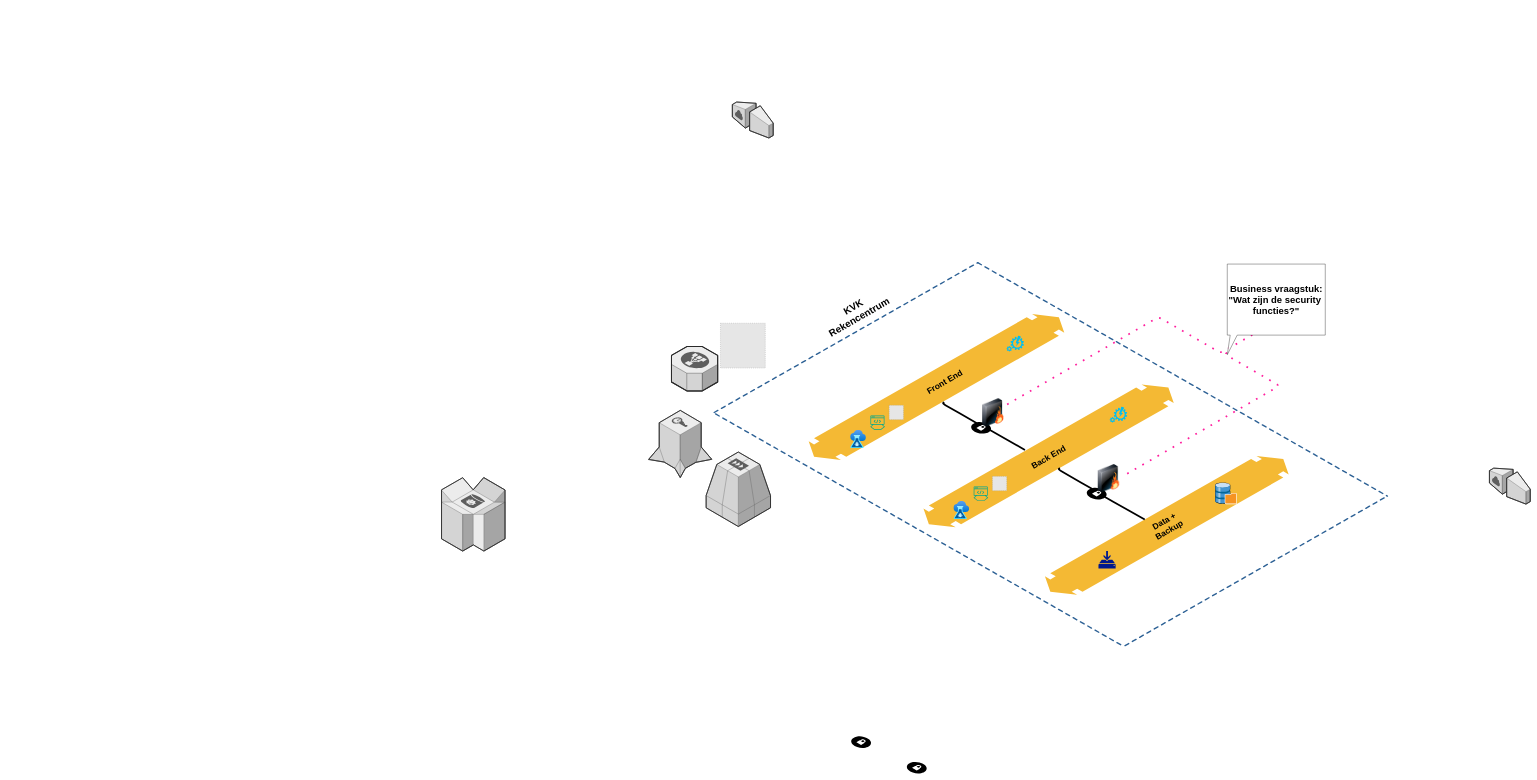
Above: Zonering.drawio in mhwwas/Terraform (draw.io), before the change. Source tidied: cells renumbered, new cells numbered last; positions are measured from the earlier drawing's top-left corner, leaving out a move shared by most shapes. Both pictures are drawn from the tidied source at 35%, with x=0, y=0 at pixel (441, 102). Pictures stored in the file or linked from it are replaced by grey dashed boxes.
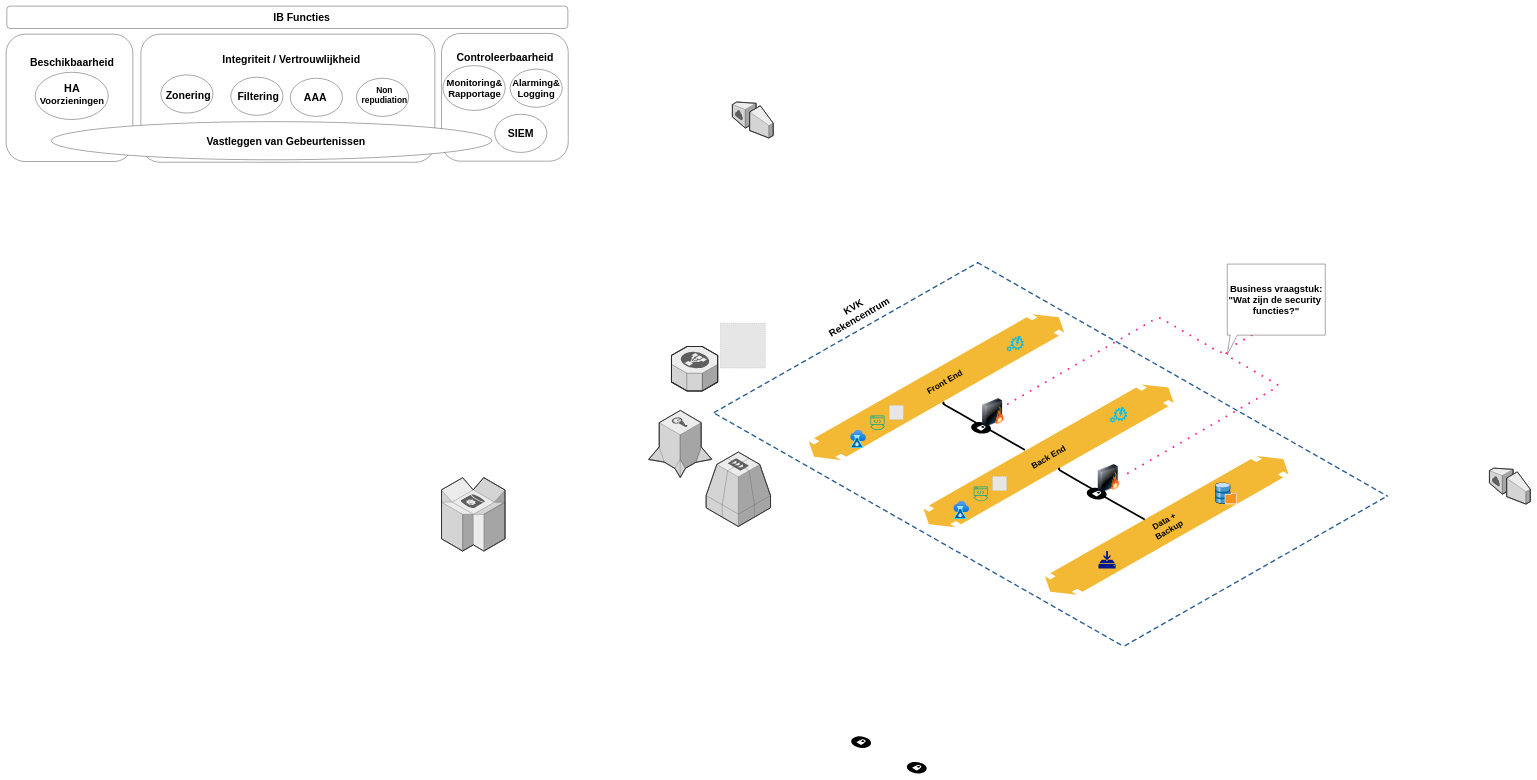
After the change.

Change to the diagram source:
```diff
@@
+    <mxCell id="43" style="rounded=1;whiteSpace=wrap;html=1;" parent="1" vertex="1">
+      <mxGeometry x="-1242" y="-274" width="1603" height="64" as="geometry" />
+    </mxCell>
+    <mxCell id="44" style="rounded=1;whiteSpace=wrap;html=1;" parent="1" vertex="1">
+      <mxGeometry x="-1244" y="-194" width="362" height="364" as="geometry" />
+    </mxCell>
+    <mxCell id="45" style="rounded=1;whiteSpace=wrap;html=1;" parent="1" vertex="1">
+      <mxGeometry x="-859" y="-194" width="840" height="366" as="geometry" />
+    </mxCell>
+    <mxCell id="46" style="rounded=1;whiteSpace=wrap;html=1;" parent="1" vertex="1">
+      <mxGeometry y="-196" width="362" height="365" as="geometry" />
+    </mxCell>
+    <mxCell id="47" value="&lt;font style=&quot;font-size: 30px;&quot;&gt;&lt;b&gt;IB Functies&lt;/b&gt;&lt;br&gt;&lt;/font&gt;" style="text;strokeColor=none;align=center;fillColor=none;html=1;verticalAlign=middle;whiteSpace=wrap;rounded=0;" parent="1" vertex="1">
+      <mxGeometry x="-495" y="-257" width="191" height="30" as="geometry" />
+    </mxCell>
+    <mxCell id="48" value="&lt;font style=&quot;font-size: 30px;&quot;&gt;&lt;b&gt;Integriteit / Vertrouwlijkheid&lt;br&gt;&lt;/b&gt;&lt;/font&gt;" style="text;strokeColor=none;align=center;fillColor=none;html=1;verticalAlign=middle;whiteSpace=wrap;rounded=0;strokeWidth=33;" parent="1" vertex="1">
+      <mxGeometry x="-645" y="-137" width="432" height="30" as="geometry" />
+    </mxCell>
+    <mxCell id="49" value="&lt;font style=&quot;font-size: 30px;&quot;&gt;&lt;b&gt;Beschikbaarheid&lt;br&gt;&lt;/b&gt;&lt;/font&gt;" style="text;strokeColor=none;align=center;fillColor=none;html=1;verticalAlign=middle;whiteSpace=wrap;rounded=0;" parent="1" vertex="1">
+      <mxGeometry x="-1151" y="-128" width="191" height="30" as="geometry" />
+    </mxCell>
+    <mxCell id="50" value="&lt;font style=&quot;font-size: 30px;&quot;&gt;&lt;b&gt;Controleerbaarheid&lt;br&gt;&lt;/b&gt;&lt;/font&gt;" style="text;strokeColor=none;align=center;fillColor=none;html=1;verticalAlign=middle;whiteSpace=wrap;rounded=0;strokeWidth=33;" parent="1" vertex="1">
+      <mxGeometry x="31.5" y="-144" width="299" height="30" as="geometry" />
+    </mxCell>
+    <mxCell id="51" style="ellipse;whiteSpace=wrap;html=1;" parent="1" vertex="1">
+      <mxGeometry x="-1161" y="-85" width="209" height="135" as="geometry" />
+    </mxCell>
+    <mxCell id="52" style="ellipse;whiteSpace=wrap;html=1;" parent="1" vertex="1">
+      <mxGeometry x="-602" y="-71" width="149" height="109" as="geometry" />
+    </mxCell>
+    <mxCell id="53" style="ellipse;whiteSpace=wrap;html=1;" parent="1" vertex="1">
+      <mxGeometry x="-432" y="-68" width="149" height="109" as="geometry" />
+    </mxCell>
+    <mxCell id="54" style="ellipse;whiteSpace=wrap;html=1;" parent="1" vertex="1">
+      <mxGeometry x="-243" y="-68" width="149" height="109" as="geometry" />
+    </mxCell>
+    <mxCell id="55" value="&lt;font style=&quot;font-size: 30px;&quot;&gt;&lt;b&gt;Filtering&lt;/b&gt;&lt;/font&gt;" style="text;strokeColor=none;align=center;fillColor=none;html=1;verticalAlign=middle;whiteSpace=wrap;rounded=0;" parent="1" vertex="1">
+      <mxGeometry x="-619" y="-31.5" width="191" height="30" as="geometry" />
+    </mxCell>
+    <mxCell id="56" value="&lt;font size=&quot;1&quot;&gt;&lt;b style=&quot;font-size: 30px;&quot;&gt;AAA&lt;/b&gt;&lt;/font&gt;" style="text;strokeColor=none;align=center;fillColor=none;html=1;verticalAlign=middle;whiteSpace=wrap;rounded=0;" parent="1" vertex="1">
+      <mxGeometry x="-456" y="-28" width="191" height="30" as="geometry" />
+    </mxCell>
+    <mxCell id="57" value="&lt;font size=&quot;1&quot;&gt;&lt;b style=&quot;font-size: 31px;&quot;&gt;HA&lt;/b&gt;&lt;/font&gt; &lt;font style=&quot;font-size: 27px;&quot;&gt;&lt;b&gt;Voorzieningen&lt;/b&gt;&lt;br&gt;&lt;/font&gt;" style="text;strokeColor=none;align=center;fillColor=none;html=1;verticalAlign=middle;whiteSpace=wrap;rounded=0;" parent="1" vertex="1">
+      <mxGeometry x="-1151" y="-38" width="191" height="30" as="geometry" />
+    </mxCell>
+    <mxCell id="58" style="ellipse;whiteSpace=wrap;html=1;" parent="1" vertex="1">
+      <mxGeometry x="-802" y="-77.5" width="149" height="109" as="geometry" />
+    </mxCell>
+    <mxCell id="59" value="&lt;font style=&quot;font-size: 30px;&quot;&gt;&lt;b&gt;Zonering&lt;br&gt;&lt;/b&gt;&lt;/font&gt;" style="text;strokeColor=none;align=center;fillColor=none;html=1;verticalAlign=middle;whiteSpace=wrap;rounded=0;" parent="1" vertex="1">
+      <mxGeometry x="-819" y="-34" width="191" height="30" as="geometry" />
+    </mxCell>
+    <mxCell id="60" style="ellipse;whiteSpace=wrap;html=1;" parent="1" vertex="1">
+      <mxGeometry x="-1115" y="56" width="1259" height="109" as="geometry" />
+    </mxCell>
+    <mxCell id="61" value="&lt;font size=&quot;1&quot;&gt;&lt;b style=&quot;font-size: 30px;&quot;&gt;Vastleggen van Gebeurtenissen&lt;br&gt;&lt;/b&gt;&lt;/font&gt;" style="text;strokeColor=none;align=center;fillColor=none;html=1;verticalAlign=middle;whiteSpace=wrap;rounded=0;" parent="1" vertex="1">
+      <mxGeometry x="-690" y="95.5" width="491" height="30" as="geometry" />
+    </mxCell>
+    <mxCell id="62" style="ellipse;whiteSpace=wrap;html=1;" parent="1" vertex="1">
+      <mxGeometry x="4" y="-104" width="178" height="128" as="geometry" />
+    </mxCell>
+    <mxCell id="63" style="ellipse;whiteSpace=wrap;html=1;" parent="1" vertex="1">
+      <mxGeometry x="196" y="-94" width="149" height="109" as="geometry" />
+    </mxCell>
+    <mxCell id="64" value="&lt;font style=&quot;font-size: 30px;&quot;&gt;&lt;b&gt;SIEM&lt;/b&gt;&lt;/font&gt;" style="ellipse;whiteSpace=wrap;html=1;" parent="1" vertex="1">
+      <mxGeometry x="152" y="35" width="149" height="109" as="geometry" />
+    </mxCell>
+    <mxCell id="65" value="&lt;div style=&quot;font-size: 27px;&quot;&gt;&lt;font style=&quot;font-size: 27px;&quot;&gt;&lt;b&gt;Monitoring&amp;amp;&lt;/b&gt;&lt;/font&gt;&lt;/div&gt;&lt;div style=&quot;font-size: 27px;&quot;&gt;&lt;font style=&quot;font-size: 27px;&quot;&gt;&lt;b&gt;Rapportage&lt;br&gt;&lt;/b&gt;&lt;/font&gt;&lt;/div&gt;" style="text;strokeColor=none;align=center;fillColor=none;html=1;verticalAlign=middle;whiteSpace=wrap;rounded=0;" parent="1" vertex="1">
+      <mxGeometry x="-1" y="-54.5" width="191" height="30" as="geometry" />
+    </mxCell>
+    <mxCell id="66" value="&lt;div&gt;&lt;font size=&quot;1&quot;&gt;&lt;b style=&quot;font-size: 27px;&quot;&gt;Alarming&amp;amp;&lt;/b&gt;&lt;/font&gt;&lt;/div&gt;&lt;div&gt;&lt;font size=&quot;1&quot;&gt;&lt;b style=&quot;font-size: 27px;&quot;&gt;Logging&lt;br&gt;&lt;/b&gt;&lt;/font&gt;&lt;/div&gt;" style="text;strokeColor=none;align=center;fillColor=none;html=1;verticalAlign=middle;whiteSpace=wrap;rounded=0;" parent="1" vertex="1">
+      <mxGeometry x="175" y="-54.5" width="191" height="30" as="geometry" />
+    </mxCell>
+    <mxCell id="67" value="&lt;font style=&quot;font-size: 24px;&quot;&gt;&lt;b&gt;Non repudiation&lt;/b&gt;&lt;br&gt;&lt;/font&gt;" style="text;strokeColor=none;align=center;fillColor=none;html=1;verticalAlign=middle;whiteSpace=wrap;rounded=0;" parent="1" vertex="1">
+      <mxGeometry x="-193" y="-34" width="60" height="30" as="geometry" />
+    </mxCell>
```
